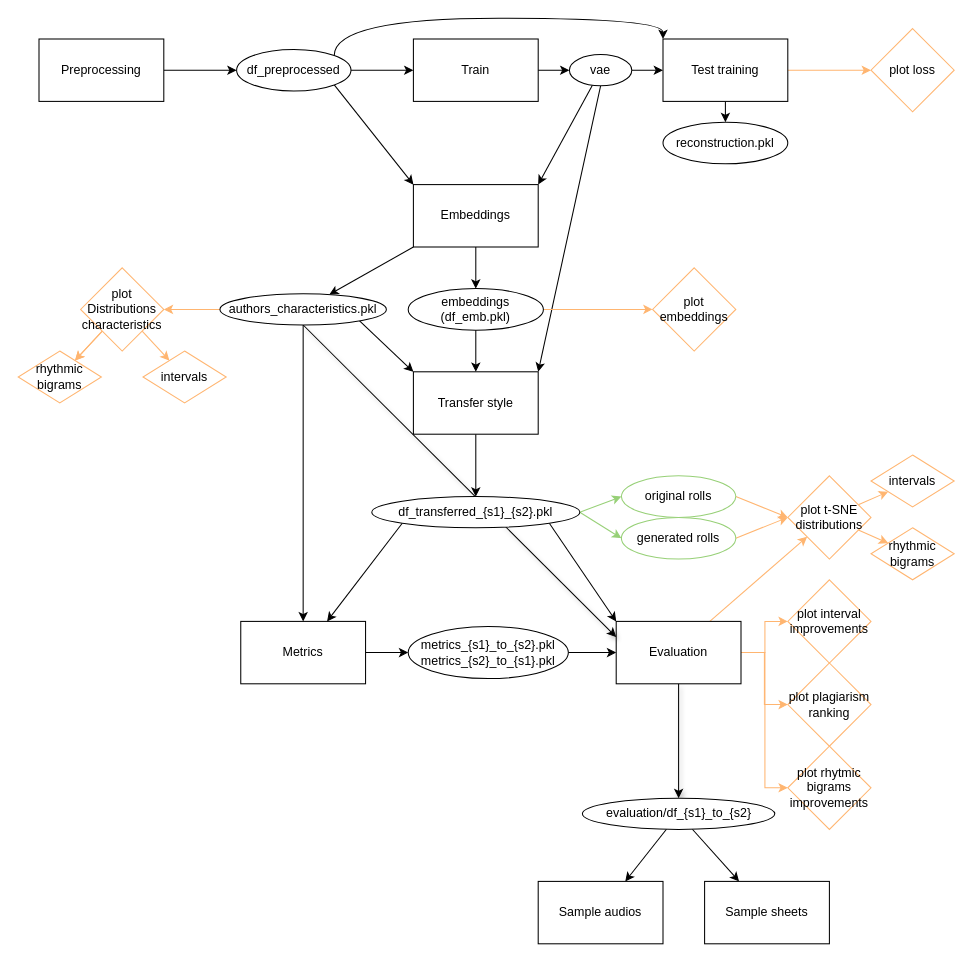
This is docs/diagrama_style_transfer.drawio from LucasSom/style-transfer, a draw.io file, before an edit. Source tidied: cells renumbered, new cells numbered last; positions are measured from the earlier drawing's top-left corner, leaving out a move shared by most shapes. Both pictures are drawn from the tidied source at 104%, with x=0, y=0 at pixel (18, 18).
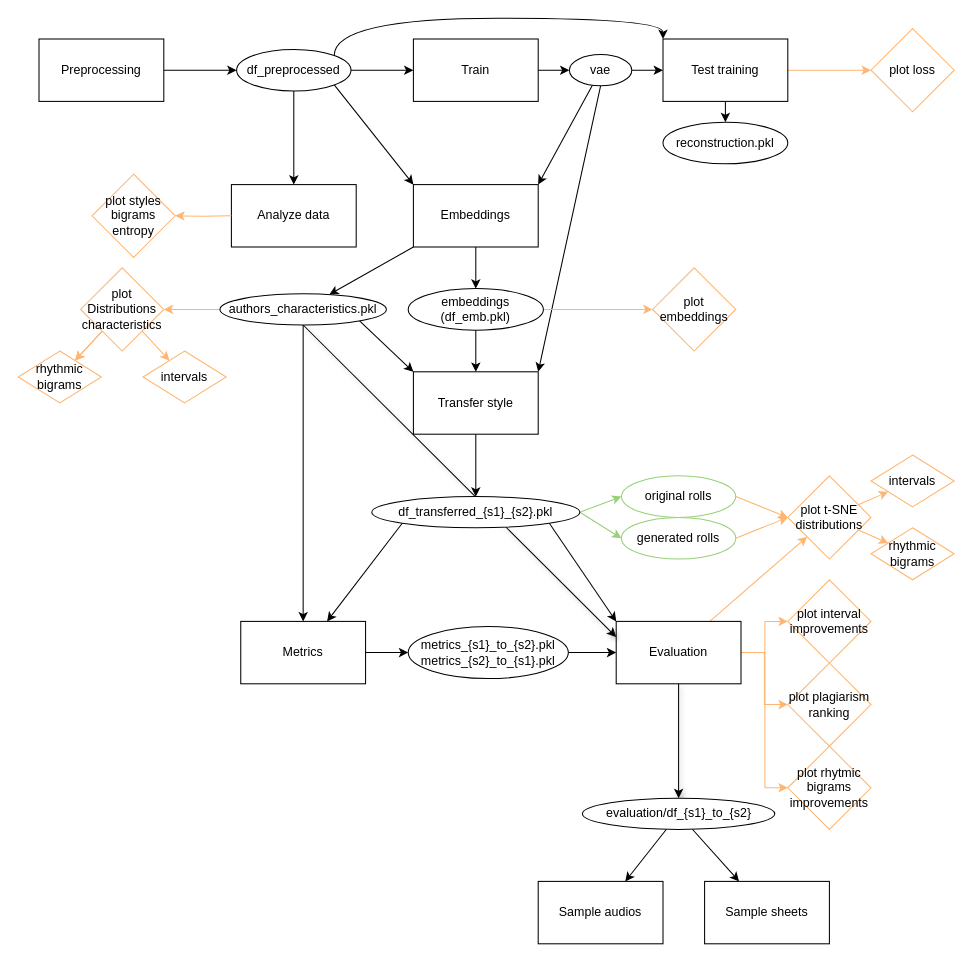
After the change.

Commit message (it also covers changes not shown here):
Plot of entropy/complexity of styles

The change refers to these unchanged cells:
```xml
<mxCell id="25" value="df_preprocessed" style="ellipse;whiteSpace=wrap;html=1;" parent="1" vertex="1">
  <mxGeometry x="210" y="30" width="110" height="40" as="geometry" />
</mxCell>
```

The edit, as a diff of the source:
```diff
@@
+    <mxCell id="71" style="edgeStyle=orthogonalEdgeStyle;rounded=0;jettySize=auto;html=1;" parent="1" edge="1" source="25" target="72">
+      <mxGeometry relative="1" as="geometry" />
+    </mxCell>
@@
+    <mxCell id="72" value="Analyze data" style="whiteSpace=wrap;html=1;" parent="1" vertex="1">
+      <mxGeometry x="205" y="160" width="120" height="60" as="geometry" />
+    </mxCell>
+    <mxCell id="73" style="edgeStyle=orthogonalEdgeStyle;rounded=0;jettySize=auto;html=1;strokeColor=#FFB570;" parent="1" edge="1" target="74">
+      <mxGeometry relative="1" as="geometry">
+        <mxPoint x="205" y="190" as="sourcePoint" />
+      </mxGeometry>
+    </mxCell>
+    <mxCell id="74" value="plot styles bigrams&lt;br&gt;entropy" style="rhombus;whiteSpace=wrap;html=1;rounded=0;strokeColor=#FFB570;" parent="1" vertex="1">
+      <mxGeometry x="71" y="150" width="80" height="80" as="geometry" />
+    </mxCell>
```
